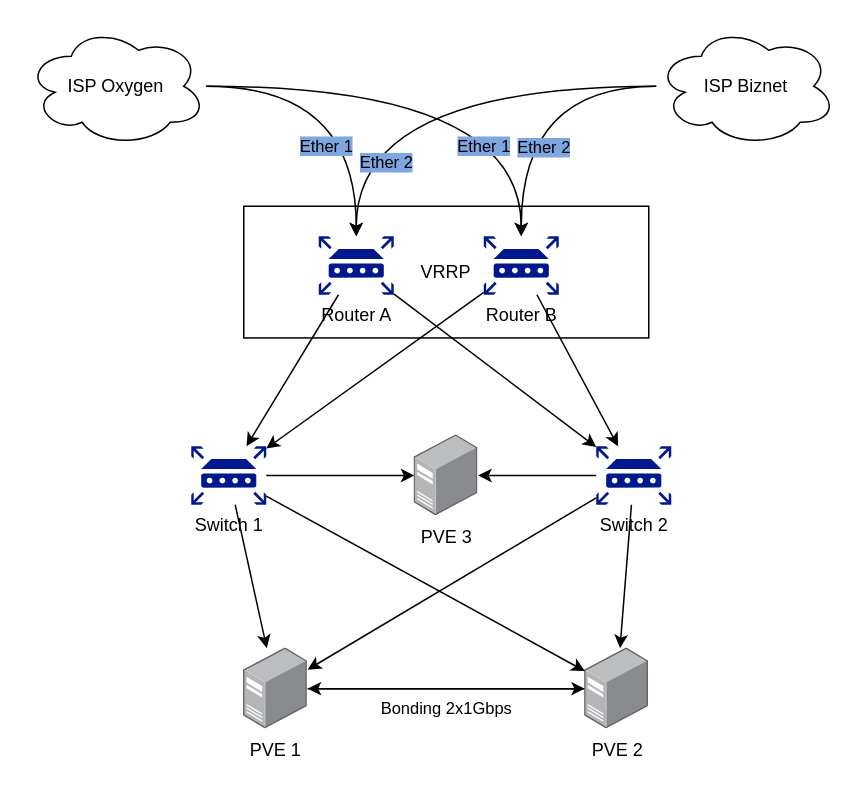
Before: page "Plan" (2 of 2) of drawio/Network Topology Bullnium.drawio in WaxArsatia/Random, a draw.io diagram. Source tidied: cells renumbered, new cells numbered last; positions are measured from the earlier drawing's top-left corner, leaving out a move shared by most shapes. Both pictures are drawn from the tidied source at 150%, with x=0, y=0 at pixel (26, 26).
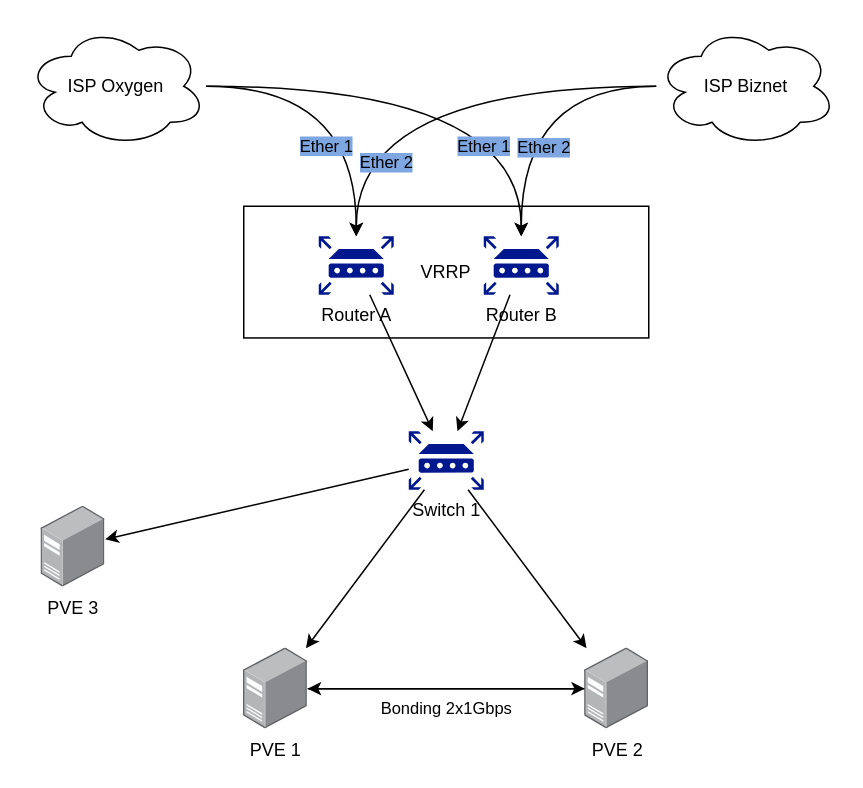
After the change.

The change refers to these unchanged cells:
```xml
<mxCell id="5" value="Router A" style="sketch=0;shadow=0;dashed=0;html=1;strokeColor=none;labelPosition=center;verticalLabelPosition=bottom;verticalAlign=top;align=center;fillColor=#00188D;shape=mxgraph.mscae.enterprise.router;" parent="1" vertex="1">
  <mxGeometry x="195" y="140" width="50" height="39" as="geometry" />
</mxCell>
<mxCell id="11" value="PVE 1" style="image;points=[];html=1;align=center;shadow=0;dashed=0;image=img/lib/allied_telesis/computer_and_terminals/Server_Desktop.svg;" parent="1" vertex="1">
  <mxGeometry x="145" y="414.6" width="42.6" height="54" as="geometry" />
</mxCell>
<mxCell id="13" value="PVE 2" style="image;points=[];html=1;align=center;shadow=0;dashed=0;image=img/lib/allied_telesis/computer_and_terminals/Server_Desktop.svg;" parent="1" vertex="1">
  <mxGeometry x="372.4" y="414.6" width="42.6" height="54" as="geometry" />
</mxCell>
<mxCell id="16" value="Router B" style="sketch=0;shadow=0;dashed=0;html=1;strokeColor=none;labelPosition=center;verticalLabelPosition=bottom;verticalAlign=top;align=center;fillColor=#00188D;shape=mxgraph.mscae.enterprise.router;" parent="1" vertex="1">
  <mxGeometry x="305" y="140" width="50" height="39" as="geometry" />
</mxCell>
```

The edit, as a diff of the source:
```diff
@@
-    <mxCell id="4" style="rounded=0;jettySize=auto;html=1;" parent="1" edge="1" source="5" target="26">
-      <mxGeometry relative="1" as="geometry" />
-    </mxCell>
@@
-    <mxCell id="15" style="rounded=0;jettySize=auto;html=1;" parent="1" edge="1" source="16" target="26">
-      <mxGeometry relative="1" as="geometry" />
-    </mxCell>
@@
     <mxCell id="22" value="Switch 1" style="sketch=0;shadow=0;dashed=0;html=1;strokeColor=none;labelPosition=center;verticalLabelPosition=bottom;verticalAlign=top;align=center;fillColor=#00188D;shape=mxgraph.mscae.enterprise.router;" parent="1" vertex="1">
-      <mxGeometry x="110" y="280" width="50" height="39" as="geometry" />
+      <mxGeometry x="255" y="270" width="50" height="39" as="geometry" />
     </mxCell>
-    <mxCell id="23" style="rounded=0;jettySize=auto;html=1;" parent="1" edge="1" source="26" target="11">
-      <mxGeometry relative="1" as="geometry" />
-    </mxCell>
-    <mxCell id="24" style="rounded=0;jettySize=auto;html=1;" parent="1" edge="1" source="26" target="13">
-      <mxGeometry relative="1" as="geometry" />
-    </mxCell>
-    <mxCell id="25" style="rounded=0;jettySize=auto;html=1;" parent="1" edge="1" source="26" target="27">
-      <mxGeometry relative="1" as="geometry" />
-    </mxCell>
-    <mxCell id="26" value="Switch 2" style="sketch=0;shadow=0;dashed=0;html=1;strokeColor=none;labelPosition=center;verticalLabelPosition=bottom;verticalAlign=top;align=center;fillColor=#00188D;shape=mxgraph.mscae.enterprise.router;" parent="1" vertex="1">
-      <mxGeometry x="380" y="280" width="50" height="39" as="geometry" />
-    </mxCell>
     <mxCell id="27" value="&lt;div&gt;PVE 3&lt;/div&gt;" style="image;points=[];html=1;align=center;shadow=0;dashed=0;image=img/lib/allied_telesis/computer_and_terminals/Server_Desktop.svg;" parent="1" vertex="1">
-      <mxGeometry x="258.7" y="272.5" width="42.6" height="54" as="geometry" />
+      <mxGeometry x="10" y="320" width="42.6" height="54" as="geometry" />
     </mxCell>
```
